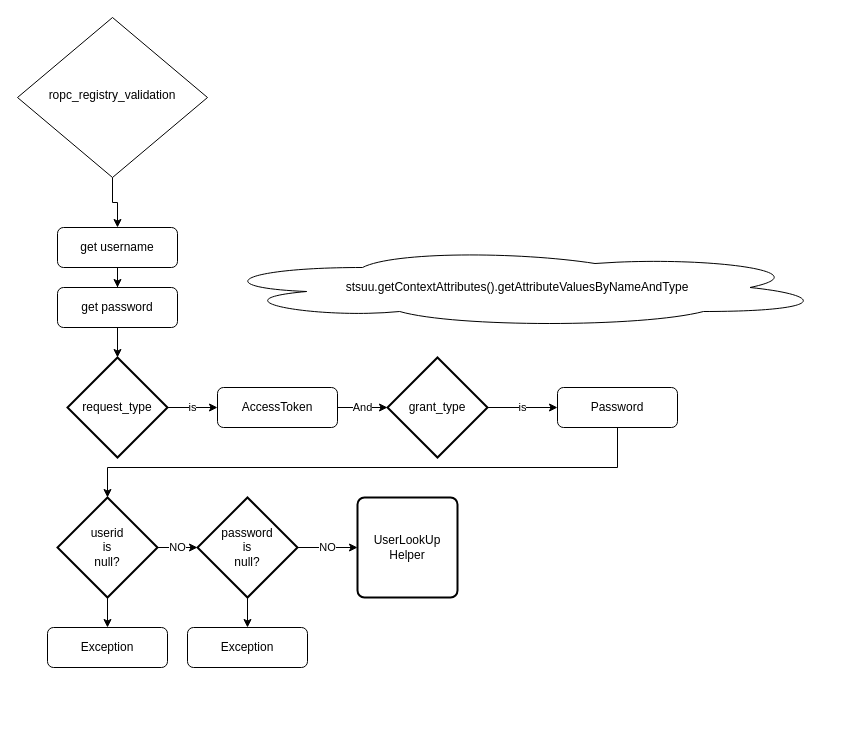
This is diagrams/Untitled Diagram.drawio from jskbabu/sree-general, a draw.io file, before an edit. Source tidied: cells renumbered, new cells numbered last; positions are measured from the earlier drawing's top-left corner, leaving out a move shared by most shapes. Both pictures are drawn from the tidied source at 100%, with x=0, y=0 at pixel (17, 17).
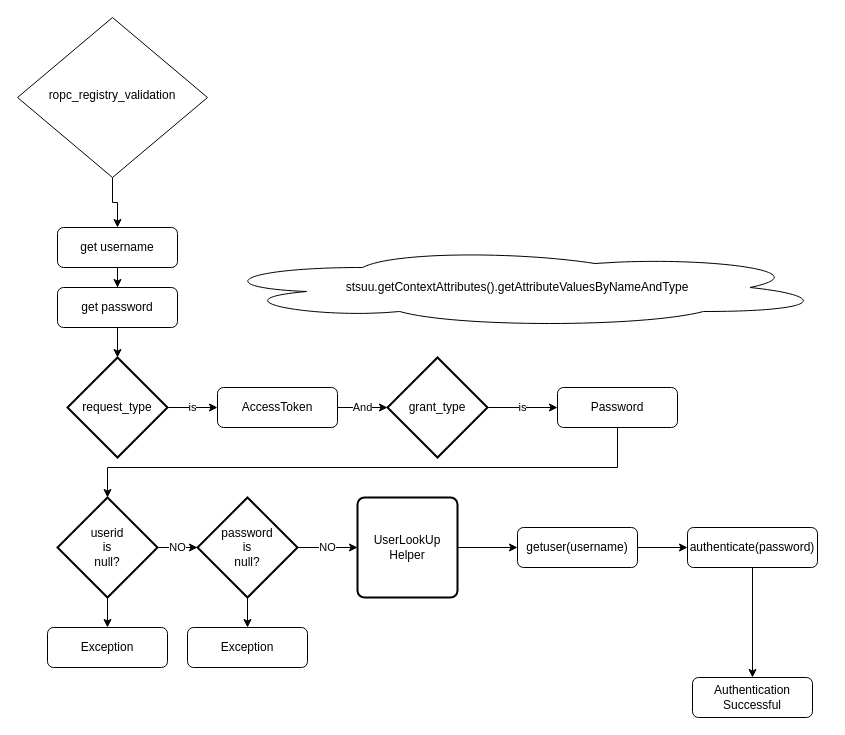
The same page after the edit.

Commit message:
ropc_registry_validation

Unchanged cells that the change refers to:
```xml
<mxCell id="26" value="UserLookUp&lt;br&gt;Helper" style="rounded=1;whiteSpace=wrap;html=1;absoluteArcSize=1;arcSize=14;strokeWidth=2;" parent="1" vertex="1">
  <mxGeometry x="340" y="480" width="100" height="100" as="geometry" />
</mxCell>
```

What changed in the source:
```diff
@@
+    <mxCell id="27" style="edgeStyle=orthogonalEdgeStyle;rounded=0;jettySize=auto;html=1;" parent="1" edge="1" source="26" target="29">
+      <mxGeometry relative="1" as="geometry" />
+    </mxCell>
@@
+    <mxCell id="28" style="edgeStyle=orthogonalEdgeStyle;rounded=0;jettySize=auto;html=1;" parent="1" edge="1" source="29" target="31">
+      <mxGeometry relative="1" as="geometry" />
+    </mxCell>
+    <mxCell id="29" value="getuser(username)" style="rounded=1;whiteSpace=wrap;html=1;fontSize=12;glass=0;strokeWidth=1;shadow=0;" parent="1" vertex="1">
+      <mxGeometry x="500" y="510" width="120" height="40" as="geometry" />
+    </mxCell>
+    <mxCell id="30" style="edgeStyle=orthogonalEdgeStyle;rounded=0;jettySize=auto;html=1;" parent="1" edge="1" source="31" target="32">
+      <mxGeometry relative="1" as="geometry" />
+    </mxCell>
+    <mxCell id="31" value="authenticate(password)" style="rounded=1;whiteSpace=wrap;html=1;fontSize=12;glass=0;strokeWidth=1;shadow=0;" parent="1" vertex="1">
+      <mxGeometry x="670" y="510" width="130" height="40" as="geometry" />
+    </mxCell>
+    <mxCell id="32" value="Authentication Successful" style="rounded=1;whiteSpace=wrap;html=1;fontSize=12;glass=0;strokeWidth=1;shadow=0;" parent="1" vertex="1">
+      <mxGeometry x="675" y="660" width="120" height="40" as="geometry" />
+    </mxCell>
```
